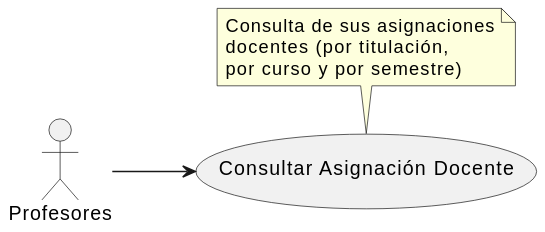
The PlantUML diagram images/modelosUML/CdU/Individuales/ConsultarVarios.svg in mmasias/24-25-IdSw1-SDR, before a commit.
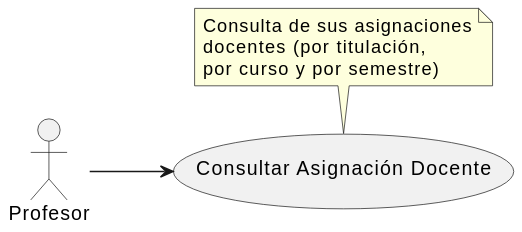
The same file after the commit.

Commit message:
Renombrar el actor "Profesores" a "Profesor" en los diagramas de casos de uso para mejorar la consistencia.

Change to the diagram source:
```diff
@@ -1,7 +1,7 @@
 @startuml
 left to right direction
 
-actor "Profesores" as prof
+actor "Profesor" as prof
 
 usecase "Consultar Asignación Docente" as consAsig
 note top of consAsig
```
